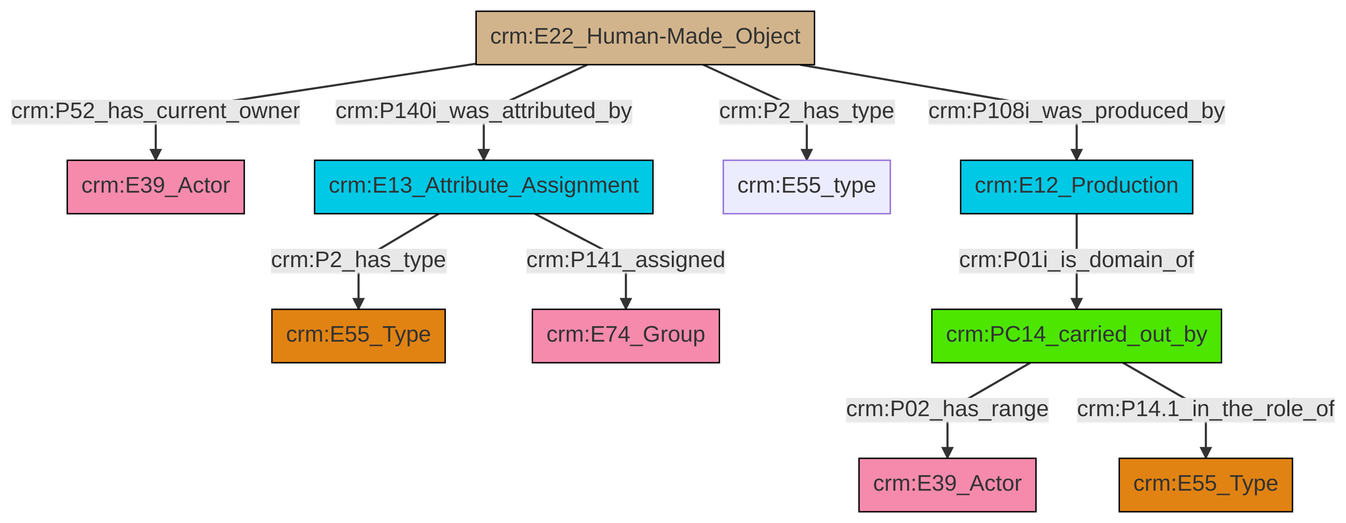
swiss-art-research-net/docs.swissartresearch keeps this Mermaid diagram as et/builtWorkCSV/ttl/mmd/png/Built_Work_actor_relations.png. Above is the earlier version. Its source is kept beside it as et/builtWorkCSV/ttl/mmd/Built_Work_actor_relations.ttl.mmd. Source of this version:
```mermaid
graph TD
classDef Literal fill:#f2f2f2,stroke:#000000;
classDef CRM_Entity fill:#FFFFFF,stroke:#000000;
classDef Temporal_Entity fill:#00C9E6, stroke:#000000;
classDef Type fill:#E18312, stroke:#000000;
classDef Time-Span fill:#2C9C91, stroke:#000000;
classDef Appellation fill:#FFEB7F, stroke:#000000;
classDef Place fill:#008836, stroke:#000000;
classDef Persistent_Item fill:#B266B2, stroke:#000000;
classDef Conceptual_Object fill:#FFD700, stroke:#000000;
classDef Physical_Thing fill:#D2B48C, stroke:#000000;
classDef Actor fill:#f58aad, stroke:#000000;
classDef PC_Classes fill:#4ce600, stroke:#000000;
classDef Multi fill:#cccccc,stroke:#000000;

5["crm:PC14_carried_out_by"]:::PC_Classes -->|crm:P02_has_range| 6["crm:E39_Actor"]:::Actor
8["crm:E12_Production"]:::Temporal_Entity -->|crm:P01i_is_domain_of| 5["crm:PC14_carried_out_by"]:::PC_Classes
9["crm:E13_Attribute_Assignment"]:::Temporal_Entity -->|crm:P2_has_type| 0["crm:E55_Type"]:::Type
5["crm:PC14_carried_out_by"]:::PC_Classes -->|crm:P14.1_in_the_role_of| 3["crm:E55_Type"]:::Type
14["crm:E22_Human-Made_Object"]:::Physical_Thing -->|crm:P52_has_current_owner| 15["crm:E39_Actor"]:::Actor
14["crm:E22_Human-Made_Object"]:::Physical_Thing -->|crm:P140i_was_attributed_by| 9["crm:E13_Attribute_Assignment"]:::Temporal_Entity
14["crm:E22_Human-Made_Object"]:::Physical_Thing -->|crm:P2_has_type| 12["crm:E55_type"]:::Default
9["crm:E13_Attribute_Assignment"]:::Temporal_Entity -->|crm:P141_assigned| 16["crm:E74_Group"]:::Actor
14["crm:E22_Human-Made_Object"]:::Physical_Thing -->|crm:P108i_was_produced_by| 8["crm:E12_Production"]:::Temporal_Entity
```
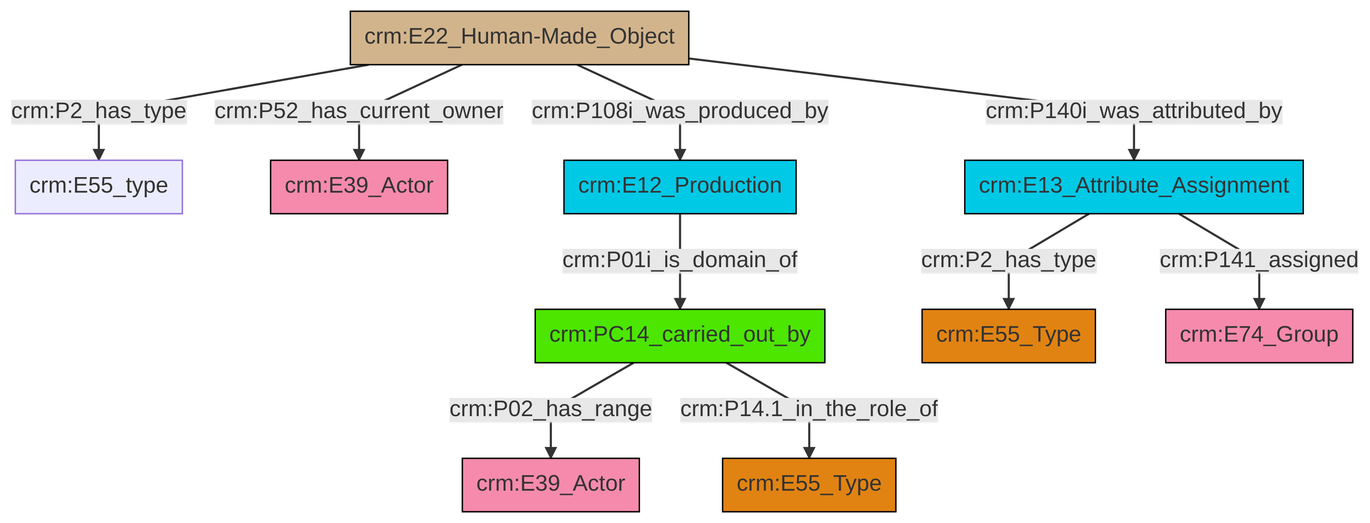
After the commit.

Change to the diagram source:
```diff
@@ -13,12 +13,12 @@
 classDef PC_Classes fill:#4ce600, stroke:#000000;
 classDef Multi fill:#cccccc,stroke:#000000;
 
-5["crm:PC14_carried_out_by"]:::PC_Classes -->|crm:P02_has_range| 6["crm:E39_Actor"]:::Actor
-8["crm:E12_Production"]:::Temporal_Entity -->|crm:P01i_is_domain_of| 5["crm:PC14_carried_out_by"]:::PC_Classes
-9["crm:E13_Attribute_Assignment"]:::Temporal_Entity -->|crm:P2_has_type| 0["crm:E55_Type"]:::Type
-5["crm:PC14_carried_out_by"]:::PC_Classes -->|crm:P14.1_in_the_role_of| 3["crm:E55_Type"]:::Type
-14["crm:E22_Human-Made_Object"]:::Physical_Thing -->|crm:P52_has_current_owner| 15["crm:E39_Actor"]:::Actor
-14["crm:E22_Human-Made_Object"]:::Physical_Thing -->|crm:P140i_was_attributed_by| 9["crm:E13_Attribute_Assignment"]:::Temporal_Entity
-14["crm:E22_Human-Made_Object"]:::Physical_Thing -->|crm:P2_has_type| 12["crm:E55_type"]:::Default
-9["crm:E13_Attribute_Assignment"]:::Temporal_Entity -->|crm:P141_assigned| 16["crm:E74_Group"]:::Actor
-14["crm:E22_Human-Made_Object"]:::Physical_Thing -->|crm:P108i_was_produced_by| 8["crm:E12_Production"]:::Temporal_Entity
+2["crm:E22_Human-Made_Object"]:::Physical_Thing -->|crm:P52_has_current_owner| 3["crm:E39_Actor"]:::Actor
+2["crm:E22_Human-Made_Object"]:::Physical_Thing -->|crm:P140i_was_attributed_by| 4["crm:E13_Attribute_Assignment"]:::Temporal_Entity
+2["crm:E22_Human-Made_Object"]:::Physical_Thing -->|crm:P108i_was_produced_by| 5["crm:E12_Production"]:::Temporal_Entity
+4["crm:E13_Attribute_Assignment"]:::Temporal_Entity -->|crm:P2_has_type| 8["crm:E55_Type"]:::Type
+2["crm:E22_Human-Made_Object"]:::Physical_Thing -->|crm:P2_has_type| 0["crm:E55_type"]:::Default
+5["crm:E12_Production"]:::Temporal_Entity -->|crm:P01i_is_domain_of| 6["crm:PC14_carried_out_by"]:::PC_Classes
+4["crm:E13_Attribute_Assignment"]:::Temporal_Entity -->|crm:P141_assigned| 15["crm:E74_Group"]:::Actor
+6["crm:PC14_carried_out_by"]:::PC_Classes -->|crm:P02_has_range| 12["crm:E39_Actor"]:::Actor
+6["crm:PC14_carried_out_by"]:::PC_Classes -->|crm:P14.1_in_the_role_of| 10["crm:E55_Type"]:::Type
```
